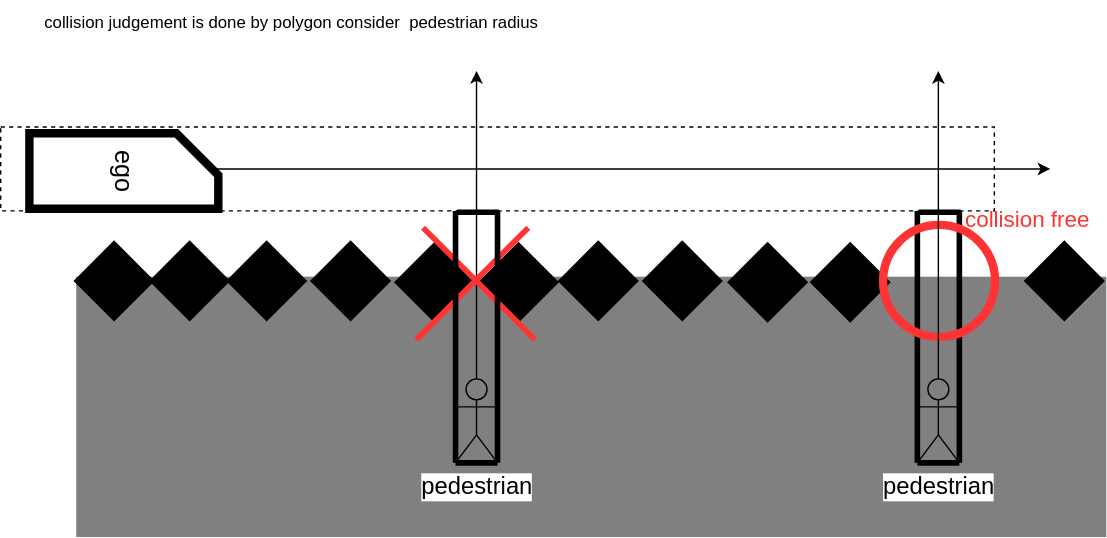
This is main/planning/behavior_velocity_planner/docs/occlusion_spot/collision_free.drawio.svg from leo-drive/avte.autoware_universe, a draw.io export, as it was before one commit. Source tidied: cells renumbered, new cells last; positions are measured from the earlier drawing's top-left corner, leaving out a move shared by most shapes.
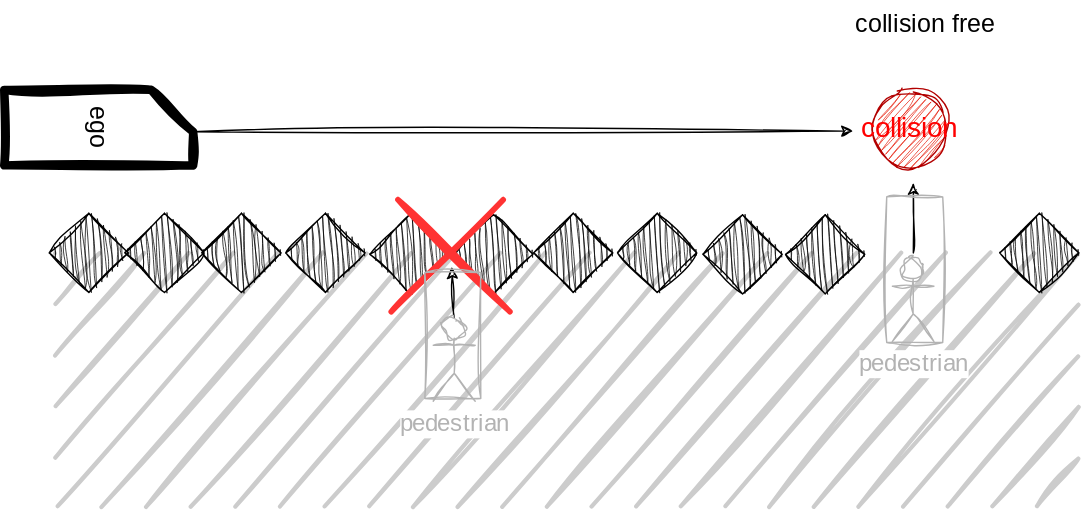
The same file after the commit.

Change to the diagram source:
```diff
@@ -2,140 +2,94 @@
   <root>
     <mxCell id="0" />
     <mxCell id="1" parent="0" />
-    <mxCell id="2" style="rounded=0;whiteSpace=wrap;html=1;strokeColor=#808080;strokeWidth=6;fillColor=#808080;fontColor=#FF3333;" parent="1" vertex="1">
-      <mxGeometry x="57" y="200" width="730" height="180" as="geometry" />
+    <mxCell id="2" style="group;" parent="1" vertex="1">
+      <mxGeometry x="57" y="200" width="767.8" height="360" as="geometry" />
     </mxCell>
-    <mxCell id="3" style="rounded=0;whiteSpace=wrap;html=1;fillColor=none;dashed=1;" parent="1" vertex="1">
-      <mxGeometry y="90" width="710" height="60" as="geometry" />
-    </mxCell>
-    <mxCell id="4" style="rounded=0;whiteSpace=wrap;html=1;rotation=-45;fillColor=#000000;" parent="1" vertex="1">
-      <mxGeometry x="170" y="180" width="40" height="40" as="geometry" />
-    </mxCell>
+    <mxCell id="37" style="rounded=0;whiteSpace=wrap;html=1;strokeColor=none;strokeWidth=6;fillColor=#CCCCCC;fontColor=#333333;sketch=1;curveFitting=1;jiggle=2;" parent="2" vertex="1">
+      <mxGeometry x="36.5" y="180" width="730" height="180" as="geometry" />
+    </mxCell>
-    <mxCell id="5" style="rounded=0;whiteSpace=wrap;html=1;rotation=-45;fillColor=#000000;" parent="1" vertex="1">
-      <mxGeometry x="230" y="180" width="40" height="40" as="geometry" />
+    <mxCell id="5" style="rounded=0;whiteSpace=wrap;html=1;rotation=-45;fillColor=#000000;sketch=1;curveFitting=1;jiggle=2;" parent="2" vertex="1">
+      <mxGeometry x="149.5" y="160" width="40" height="40" as="geometry" />
     </mxCell>
-    <mxCell id="6" style="rounded=0;whiteSpace=wrap;html=1;rotation=-45;fillColor=#000000;" parent="1" vertex="1">
-      <mxGeometry x="290" y="181" width="40" height="40" as="geometry" />
+    <mxCell id="6" style="rounded=0;whiteSpace=wrap;html=1;rotation=-45;fillColor=#000000;sketch=1;curveFitting=1;jiggle=2;" parent="2" vertex="1">
+      <mxGeometry x="209.5" y="160" width="40" height="40" as="geometry" />
     </mxCell>
-    <mxCell id="7" style="rounded=0;whiteSpace=wrap;html=1;rotation=-45;fillColor=#000000;" parent="1" vertex="1">
-      <mxGeometry x="350" y="181" width="40" height="40" as="geometry" />
+    <mxCell id="7" style="rounded=0;whiteSpace=wrap;html=1;rotation=-45;fillColor=#000000;sketch=1;curveFitting=1;jiggle=2;" parent="2" vertex="1">
+      <mxGeometry x="269.5" y="161" width="40" height="40" as="geometry" />
     </mxCell>
-    <mxCell id="8" style="rounded=0;whiteSpace=wrap;html=1;rotation=-45;fillColor=#000000;" parent="1" vertex="1">
-      <mxGeometry x="407" y="180" width="40" height="40" as="geometry" />
+    <mxCell id="8" style="rounded=0;whiteSpace=wrap;html=1;rotation=-45;fillColor=#000000;sketch=1;curveFitting=1;jiggle=2;" parent="2" vertex="1">
+      <mxGeometry x="329.5" y="161" width="40" height="40" as="geometry" />
     </mxCell>
-    <mxCell id="9" style="rounded=0;whiteSpace=wrap;html=1;rotation=-45;fillColor=#000000;" parent="1" vertex="1">
-      <mxGeometry x="467" y="180" width="40" height="40" as="geometry" />
+    <mxCell id="9" style="rounded=0;whiteSpace=wrap;html=1;rotation=-45;fillColor=#000000;sketch=1;curveFitting=1;jiggle=2;" parent="2" vertex="1">
+      <mxGeometry x="386.5" y="160" width="40" height="40" as="geometry" />
     </mxCell>
-    <mxCell id="10" style="rounded=0;whiteSpace=wrap;html=1;rotation=-45;fillColor=#000000;" parent="1" vertex="1">
-      <mxGeometry x="528" y="181" width="40" height="40" as="geometry" />
+    <mxCell id="10" style="rounded=0;whiteSpace=wrap;html=1;rotation=-45;fillColor=#000000;sketch=1;curveFitting=1;jiggle=2;" parent="2" vertex="1">
+      <mxGeometry x="446.5" y="160" width="40" height="40" as="geometry" />
     </mxCell>
-    <mxCell id="11" style="rounded=0;whiteSpace=wrap;html=1;rotation=-45;fillColor=#000000;" parent="1" vertex="1">
-      <mxGeometry x="587" y="181" width="40" height="40" as="geometry" />
+    <mxCell id="11" style="rounded=0;whiteSpace=wrap;html=1;rotation=-45;fillColor=#000000;sketch=1;curveFitting=1;jiggle=2;" parent="2" vertex="1">
+      <mxGeometry x="507.5" y="161" width="40" height="40" as="geometry" />
     </mxCell>
+    <mxCell id="19" style="rounded=0;whiteSpace=wrap;html=1;rotation=-45;fillColor=#000000;sketch=1;curveFitting=1;jiggle=2;" parent="2" vertex="1">
+      <mxGeometry x="566.5" y="161" width="40" height="40" as="geometry" />
+    </mxCell>
-    <mxCell id="12" style="endArrow=classic;html=1;exitX=0.5;exitY=0;exitDx=0;exitDy=0;exitPerimeter=0;" parent="1" edge="1" source="19">
-      <mxGeometry relative="1" as="geometry">
-        <mxPoint x="340" y="50" as="targetPoint" />
-      </mxGeometry>
+    <mxCell id="12" style="endArrow=classic;html=1;exitX=0.5;exitY=0;exitDx=0;exitDy=0;exitPerimeter=0;sketch=1;curveFitting=1;jiggle=2;entryX=0.388;entryY=0.056;entryDx=0;entryDy=0;entryPerimeter=0;" parent="2" edge="1" source="21" target="37">
+      <mxGeometry relative="1" as="geometry" />
     </mxCell>
+    <mxCell id="38" style="endArrow=classic;html=1;exitX=0;exitY=0;exitDx=30;exitDy=0;sketch=1;curveFitting=1;jiggle=2;entryX=0;entryY=0.5;entryDx=0;entryDy=0;exitPerimeter=0;" parent="2" edge="1" source="14">
+      <mxGeometry relative="1" as="geometry">
+        <mxPoint x="606.5" y="93" as="targetPoint" />
+      </mxGeometry>
+    </mxCell>
+    <mxCell id="14" value="&lt;font face=&quot;Architects Daughter&quot; style=&quot;font-size: 18px&quot;&gt;ego&lt;/font&gt;" style="shape=card;whiteSpace=wrap;html=1;fillColor=#ffffff;rotation=90;strokeWidth=6;sketch=1;curveFitting=1;jiggle=2;" parent="2" vertex="1">
+      <mxGeometry x="40.5" y="23" width="54" height="135" as="geometry" />
+    </mxCell>
+    <mxCell id="39" style="group;fontColor=#FF3333;sketch=1;curveFitting=1;jiggle=2;" parent="2" vertex="1">
+      <mxGeometry x="276.5" y="142" width="80" height="80" as="geometry" />
+    </mxCell>
+    <mxCell id="40" style="endArrow=none;html=1;strokeWidth=4;fontColor=#FF3333;strokeColor=#FF3333;sketch=1;curveFitting=1;jiggle=2;" parent="39" edge="1">
+      <mxGeometry relative="1" as="geometry">
+        <mxPoint y="80" as="sourcePoint" />
+        <mxPoint x="80" as="targetPoint" />
+      </mxGeometry>
+    </mxCell>
+    <mxCell id="41" style="endArrow=none;html=1;strokeWidth=4;fontColor=#FF3333;strokeColor=#FF3333;sketch=1;curveFitting=1;jiggle=2;" parent="39" edge="1">
+      <mxGeometry relative="1" as="geometry">
+        <mxPoint x="4.8" as="sourcePoint" />
+        <mxPoint x="84.8" y="80" as="targetPoint" />
+      </mxGeometry>
+    </mxCell>
+    <mxCell id="42" style="endArrow=classic;html=1;sketch=1;curveFitting=1;jiggle=2;" parent="2" edge="1">
+      <mxGeometry relative="1" as="geometry">
+        <mxPoint x="649.5" y="180" as="sourcePoint" />
+        <mxPoint x="649.5" y="130" as="targetPoint" />
+      </mxGeometry>
+    </mxCell>
+    <mxCell id="43" style="rounded=0;whiteSpace=wrap;html=1;rotation=-45;fillColor=#000000;sketch=1;curveFitting=1;jiggle=2;" parent="2" vertex="1">
+      <mxGeometry x="719.5" y="160" width="40" height="40" as="geometry" />
+    </mxCell>
+    <mxCell id="44" style="rounded=0;whiteSpace=wrap;html=1;rotation=-45;fillColor=#000000;sketch=1;curveFitting=1;jiggle=2;" parent="2" vertex="1">
+      <mxGeometry x="94.5" y="160" width="40" height="40" as="geometry" />
+    </mxCell>
+    <mxCell id="18" style="rounded=0;whiteSpace=wrap;html=1;rotation=-45;fillColor=#000000;sketch=1;curveFitting=1;jiggle=2;" parent="2" vertex="1">
+      <mxGeometry x="40.5" y="160" width="40" height="40" as="geometry" />
+    </mxCell>
+    <mxCell id="27" value="&lt;span style=&quot;color: rgb(0, 0, 0); font-size: 18px; font-style: normal; font-variant-ligatures: normal; font-variant-caps: normal; font-weight: 400; letter-spacing: normal; orphans: 2; text-align: center; text-indent: 0px; text-transform: none; widows: 2; word-spacing: 0px; -webkit-text-stroke-width: 0px; background-color: rgb(255, 255, 255); text-decoration-thickness: initial; text-decoration-style: initial; text-decoration-color: initial; float: none; display: inline !important;&quot;&gt;&lt;font face=&quot;Architects Daughter&quot;&gt;collision free&lt;/font&gt;&lt;/span&gt;" style="text;whiteSpace=wrap;html=1;sketch=1;curveFitting=1;jiggle=2;" parent="2" vertex="1">
+      <mxGeometry x="606.5" width="120" height="40" as="geometry" />
+    </mxCell>
-    <mxCell id="13" style="endArrow=classic;html=1;exitX=1;exitY=0.5;exitDx=0;exitDy=0;" parent="1" edge="1">
-      <mxGeometry relative="1" as="geometry">
-        <mxPoint x="150" y="120" as="sourcePoint" />
-        <mxPoint x="750" y="120" as="targetPoint" />
-      </mxGeometry>
+    <mxCell id="13" value="&lt;font color=&quot;#b3b3b3&quot; face=&quot;Architects Daughter&quot; style=&quot;font-size: 17px&quot;&gt;pedestrian&lt;/font&gt;" style="shape=umlActor;verticalLabelPosition=bottom;labelBackgroundColor=#ffffff;verticalAlign=top;html=1;fillColor=none;sketch=1;curveFitting=1;jiggle=2;strokeColor=#B3B3B3;" parent="2" vertex="1">
+      <mxGeometry x="634.5" y="184" width="29.7" height="59.3" as="geometry" />
     </mxCell>
-    <mxCell id="14" value="&lt;font style=&quot;font-size: 18px&quot;&gt;ego&lt;/font&gt;" style="shape=card;whiteSpace=wrap;html=1;fillColor=#ffffff;rotation=90;strokeWidth=6;" parent="1" vertex="1">
-      <mxGeometry x="61" y="54" width="54" height="135" as="geometry" />
-    </mxCell>
-    <mxCell id="15" style="group;fontColor=#FF3333;" parent="1" vertex="1">
-      <mxGeometry x="297" y="162" width="80" height="80" as="geometry" />
-    </mxCell>
-    <mxCell id="16" style="endArrow=none;html=1;strokeWidth=4;fontColor=#FF3333;strokeColor=#FF3333;" parent="15" edge="1">
-      <mxGeometry relative="1" as="geometry">
-        <mxPoint y="80" as="sourcePoint" />
-        <mxPoint x="80" as="targetPoint" />
-      </mxGeometry>
-    </mxCell>
-    <mxCell id="17" style="endArrow=none;html=1;strokeWidth=4;fontColor=#FF3333;strokeColor=#FF3333;" parent="15" edge="1">
-      <mxGeometry relative="1" as="geometry">
-        <mxPoint x="4.8" as="sourcePoint" />
-        <mxPoint x="84.8" y="80" as="targetPoint" />
-      </mxGeometry>
-    </mxCell>
-    <mxCell id="18" style="group;" parent="1" vertex="1">
-      <mxGeometry x="325" y="150" width="31" height="180" as="geometry" />
-    </mxCell>
-    <mxCell id="19" value="&lt;font style=&quot;font-size: 17px&quot;&gt;pedestrian&lt;/font&gt;" style="shape=umlActor;verticalLabelPosition=bottom;labelBackgroundColor=#ffffff;verticalAlign=top;html=1;outlineConnect=0;fillColor=none;" parent="18" vertex="1">
-      <mxGeometry y="120" width="30" height="60" as="geometry" />
-    </mxCell>
-    <mxCell id="20" style="endArrow=none;html=1;exitX=0;exitY=1;exitDx=0;exitDy=0;exitPerimeter=0;strokeWidth=4;" parent="18" edge="1" source="19">
-      <mxGeometry relative="1" as="geometry">
-        <mxPoint as="targetPoint" />
-      </mxGeometry>
-    </mxCell>
+    <mxCell id="32" value="&lt;font color=&quot;#ff0000&quot;&gt;collision&lt;/font&gt;" style="ellipse;whiteSpace=wrap;html=1;sketch=1;hachureGap=4;jiggle=2;curveFitting=1;strokeColor=#B20000;fontFamily=Architects Daughter;fontSource=https%3A%2F%2Ffonts.googleapis.com%2Fcss%3Ffamily%3DArchitects%2BDaughter;fontSize=20;fontColor=#ffffff;fillColor=#e51400;" parent="2" vertex="1">
+      <mxGeometry x="619.5" y="63" width="55" height="55" as="geometry" />
+    </mxCell>
-    <mxCell id="21" style="endArrow=none;html=1;exitX=0;exitY=1;exitDx=0;exitDy=0;exitPerimeter=0;strokeWidth=4;" parent="18" edge="1">
-      <mxGeometry relative="1" as="geometry">
-        <mxPoint x="30" y="180" as="sourcePoint" />
-        <mxPoint x="30" as="targetPoint" />
-      </mxGeometry>
+    <mxCell id="21" value="&lt;font color=&quot;#b3b3b3&quot; face=&quot;Architects Daughter&quot; style=&quot;font-size: 17px&quot;&gt;pedestrian&lt;/font&gt;" style="shape=umlActor;verticalLabelPosition=bottom;labelBackgroundColor=#ffffff;verticalAlign=top;html=1;outlineConnect=0;fillColor=none;sketch=1;curveFitting=1;jiggle=2;strokeColor=#B3B3B3;" parent="2" vertex="1">
+      <mxGeometry x="306.5" y="226" width="30" height="60" as="geometry" />
     </mxCell>
-    <mxCell id="22" style="edgeStyle=orthogonalEdgeStyle;rounded=0;orthogonalLoop=1;jettySize=auto;html=1;exitX=0;exitY=1;exitDx=0;exitDy=0;exitPerimeter=0;entryX=1;entryY=1;entryDx=0;entryDy=0;entryPerimeter=0;endArrow=none;endFill=0;strokeWidth=4;" parent="18" edge="1" source="19" target="19">
-      <mxGeometry relative="1" as="geometry" />
-    </mxCell>
-    <mxCell id="23" style="endArrow=none;html=1;strokeWidth=4;" parent="18" edge="1">
-      <mxGeometry relative="1" as="geometry">
-        <mxPoint x="31" y="1" as="sourcePoint" />
-        <mxPoint x="1" y="1" as="targetPoint" />
-      </mxGeometry>
-    </mxCell>
-    <mxCell id="24" style="group;" parent="1" vertex="1">
-      <mxGeometry x="655" y="150" width="55.5" height="180" as="geometry" />
-    </mxCell>
-    <mxCell id="25" value="&lt;font style=&quot;font-size: 17px&quot;&gt;pedestrian&lt;/font&gt;" style="shape=umlActor;verticalLabelPosition=bottom;labelBackgroundColor=#ffffff;verticalAlign=top;html=1;outlineConnect=0;fillColor=none;" parent="24" vertex="1">
-      <mxGeometry y="120" width="30" height="60" as="geometry" />
-    </mxCell>
-    <mxCell id="26" style="endArrow=none;html=1;exitX=0;exitY=1;exitDx=0;exitDy=0;exitPerimeter=0;strokeWidth=4;" parent="24" edge="1" source="25">
-      <mxGeometry relative="1" as="geometry">
-        <mxPoint as="targetPoint" />
-      </mxGeometry>
-    </mxCell>
-    <mxCell id="27" style="endArrow=none;html=1;exitX=0;exitY=1;exitDx=0;exitDy=0;exitPerimeter=0;strokeWidth=4;" parent="24" edge="1">
-      <mxGeometry relative="1" as="geometry">
-        <mxPoint x="30" y="180" as="sourcePoint" />
-        <mxPoint x="30" as="targetPoint" />
-      </mxGeometry>
-    </mxCell>
-    <mxCell id="28" style="edgeStyle=orthogonalEdgeStyle;rounded=0;orthogonalLoop=1;jettySize=auto;html=1;exitX=0;exitY=1;exitDx=0;exitDy=0;exitPerimeter=0;entryX=1;entryY=1;entryDx=0;entryDy=0;entryPerimeter=0;endArrow=none;endFill=0;strokeWidth=4;" parent="24" edge="1" source="25" target="25">
-      <mxGeometry relative="1" as="geometry" />
-    </mxCell>
-    <mxCell id="29" style="endArrow=none;html=1;strokeWidth=4;" parent="24" edge="1">
-      <mxGeometry relative="1" as="geometry">
-        <mxPoint x="31" y="1" as="sourcePoint" />
-        <mxPoint x="1" y="1" as="targetPoint" />
-      </mxGeometry>
-    </mxCell>
-    <mxCell id="30" style="ellipse;whiteSpace=wrap;html=1;strokeColor=#FF3333;strokeWidth=6;fillColor=none;fontColor=#FF3333;" parent="24" vertex="1">
-      <mxGeometry x="-24.5" y="10" width="80" height="80" as="geometry" />
-    </mxCell>
-    <mxCell id="31" style="endArrow=classic;html=1;exitX=0.5;exitY=0;exitDx=0;exitDy=0;exitPerimeter=0;" parent="1" edge="1">
-      <mxGeometry relative="1" as="geometry">
-        <mxPoint x="670" y="270" as="sourcePoint" />
-        <mxPoint x="670" y="50" as="targetPoint" />
-      </mxGeometry>
-    </mxCell>
-    <mxCell id="32" style="rounded=0;whiteSpace=wrap;html=1;rotation=-45;fillColor=#000000;" parent="1" vertex="1">
-      <mxGeometry x="740" y="180" width="40" height="40" as="geometry" />
-    </mxCell>
-    <mxCell id="33" style="rounded=0;whiteSpace=wrap;html=1;rotation=-45;fillColor=#000000;" parent="1" vertex="1">
-      <mxGeometry x="115" y="180" width="40" height="40" as="geometry" />
+    <mxCell id="33" style="rounded=0;whiteSpace=wrap;html=1;sketch=1;hachureGap=4;jiggle=2;curveFitting=1;strokeColor=#B3B3B3;fontFamily=Architects Daughter;fontSource=https%3A%2F%2Ffonts.googleapis.com%2Fcss%3Ffamily%3DArchitects%2BDaughter;fontSize=20;fontColor=#B3B3B3;fillColor=none;" parent="2" vertex="1">
+      <mxGeometry x="300.5" y="194" width="40" height="90" as="geometry" />
     </mxCell>
-    <mxCell id="34" style="rounded=0;whiteSpace=wrap;html=1;rotation=-45;fillColor=#000000;" parent="1" vertex="1">
-      <mxGeometry x="61" y="180" width="40" height="40" as="geometry" />
+    <mxCell id="34" style="rounded=0;whiteSpace=wrap;html=1;sketch=1;hachureGap=4;jiggle=2;curveFitting=1;strokeColor=#B3B3B3;fontFamily=Architects Daughter;fontSource=https%3A%2F%2Ffonts.googleapis.com%2Fcss%3Ffamily%3DArchitects%2BDaughter;fontSize=20;fontColor=#B3B3B3;fillColor=none;" parent="2" vertex="1">
+      <mxGeometry x="630.5" y="140" width="40" height="104" as="geometry" />
     </mxCell>
-    <mxCell id="35" value="&lt;font color=&quot;#000000&quot;&gt;collision judgement is done by polygon consider&amp;nbsp; pedestrian radius&lt;/font&gt;" style="text;html=1;strokeColor=none;fillColor=none;align=center;verticalAlign=middle;whiteSpace=wrap;rounded=0;fontColor=#FF3333;" parent="1" vertex="1">
-      <mxGeometry x="8" width="399" height="30" as="geometry" />
-    </mxCell>
-    <mxCell id="36" value="&lt;font style=&quot;font-size: 16px&quot;&gt;collision free&lt;/font&gt;" style="text;html=1;strokeColor=none;fillColor=none;align=center;verticalAlign=middle;whiteSpace=wrap;rounded=0;fontColor=#FF3333;" parent="1" vertex="1">
-      <mxGeometry x="677" y="140" width="111" height="30" as="geometry" />
-    </mxCell>
   </root>
 </mxGraphModel>
```
